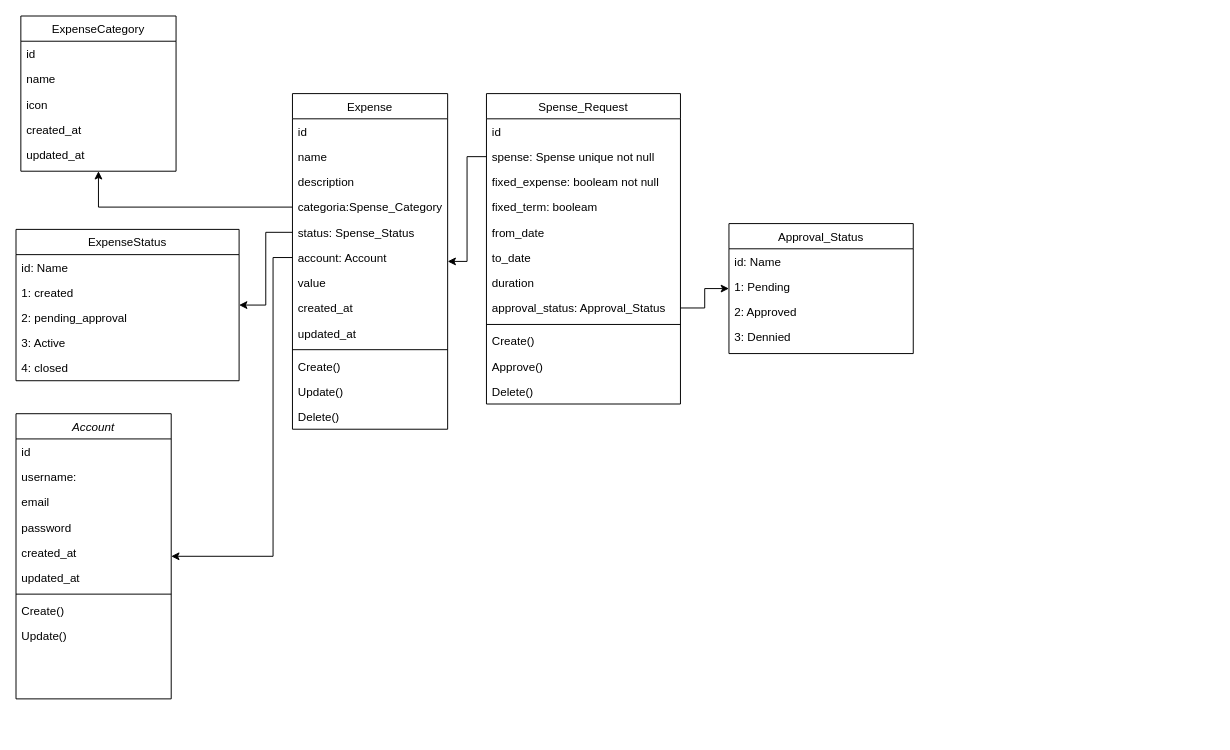
vinicius-rebelatto/plan-wise keeps this draw.io diagram as static/diagram/PlanWise Diagram.drawio. Above is the earlier version. Source tidied: cells renumbered, new cells numbered last; positions are measured from the earlier drawing's top-left corner, leaving out a move shared by most shapes. Both pictures are drawn from the tidied source at 97%, with x=0, y=0 at pixel (16, 16).
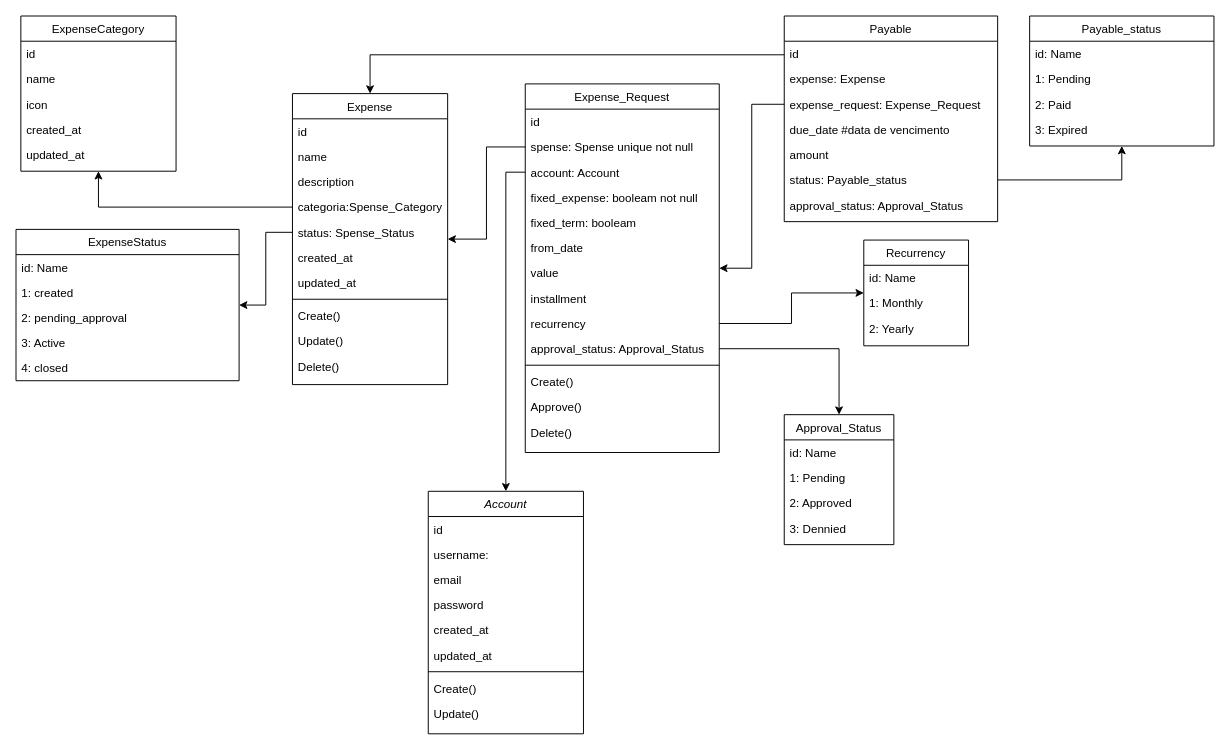
The same diagram, later.

What changed in the source:
```diff
@@
     <mxCell id="2" value="Account" style="swimlane;fontStyle=2;align=center;verticalAlign=top;horizontal=1;startSize=26;rounded=0;shadow=0;strokeWidth=1;" parent="1" vertex="1">
-      <mxGeometry y="410" width="160" height="294" as="geometry" />
+      <mxGeometry x="425" y="490" width="160" height="250" as="geometry" />
     </mxCell>
@@
     <mxCell id="12" value="Expense" style="swimlane;fontStyle=0;align=center;verticalAlign=top;horizontal=1;startSize=26;rounded=0;shadow=0;strokeWidth=1;" parent="1" vertex="1">
-      <mxGeometry x="285" y="80" width="160" height="346" as="geometry" />
+      <mxGeometry x="285" y="80" width="160" height="300" as="geometry" />
     </mxCell>
@@
-    <mxCell id="18" value="account: Account" style="text;align=left;verticalAlign=top;spacingLeft=4;spacingRight=4;overflow=hidden;points=[[0,0.5],[1,0.5]];portConstraint=eastwest;" parent="12" vertex="1">
-      <mxGeometry y="156" width="160" height="26" as="geometry" />
-    </mxCell>
-    <mxCell id="19" value="value" style="text;align=left;verticalAlign=top;spacingLeft=4;spacingRight=4;overflow=hidden;rounded=0;shadow=0;html=0;" parent="12" vertex="1">
-      <mxGeometry y="182" width="160" height="26" as="geometry" />
-    </mxCell>
     <mxCell id="20" value="created_at" style="text;align=left;verticalAlign=top;spacingLeft=4;spacingRight=4;overflow=hidden;" parent="12" vertex="1">
-      <mxGeometry y="208" width="160" height="26" as="geometry" />
+      <mxGeometry y="156" width="160" height="26" as="geometry" />
     </mxCell>
     <mxCell id="21" value="updated_at" style="text;align=left;verticalAlign=top;spacingLeft=4;spacingRight=4;overflow=hidden;" parent="12" vertex="1">
-      <mxGeometry y="234" width="160" height="26" as="geometry" />
+      <mxGeometry y="182" width="160" height="26" as="geometry" />
     </mxCell>
     <mxCell id="22" style="line;html=1;strokeWidth=1;align=left;verticalAlign=middle;spacingTop=-1;spacingLeft=3;spacingRight=3;labelPosition=right;" parent="12" vertex="1">
-      <mxGeometry y="260" width="160" height="8" as="geometry" />
+      <mxGeometry y="208" width="160" height="8" as="geometry" />
     </mxCell>
     <mxCell id="23" value="Create()" style="text;align=left;verticalAlign=top;spacingLeft=4;spacingRight=4;overflow=hidden;" parent="12" vertex="1">
-      <mxGeometry y="268" width="160" height="26" as="geometry" />
+      <mxGeometry y="216" width="160" height="26" as="geometry" />
     </mxCell>
     <mxCell id="24" value="Update()" style="text;align=left;verticalAlign=top;spacingLeft=4;spacingRight=4;overflow=hidden;rounded=0;shadow=0;html=0;" parent="12" vertex="1">
-      <mxGeometry y="294" width="160" height="26" as="geometry" />
+      <mxGeometry y="242" width="160" height="26" as="geometry" />
     </mxCell>
     <mxCell id="25" value="Delete()" style="text;align=left;verticalAlign=top;spacingLeft=4;spacingRight=4;overflow=hidden;rounded=0;shadow=0;html=0;" parent="12" vertex="1">
-      <mxGeometry y="320" width="160" height="26" as="geometry" />
+      <mxGeometry y="268" width="160" height="26" as="geometry" />
     </mxCell>
@@
-    <mxCell id="39" value="Spense_Request" style="swimlane;fontStyle=0;align=center;verticalAlign=top;horizontal=1;startSize=26;rounded=0;shadow=0;strokeWidth=1;" parent="1" vertex="1">
-      <mxGeometry x="485" y="80" width="200" height="320" as="geometry" />
+    <mxCell id="39" value="Expense_Request" style="swimlane;fontStyle=0;align=center;verticalAlign=top;horizontal=1;startSize=26;rounded=0;shadow=0;strokeWidth=1;" parent="1" vertex="1">
+      <mxGeometry x="525" y="70" width="200" height="380" as="geometry" />
     </mxCell>
@@
+    <mxCell id="18" value="account: Account" style="text;align=left;verticalAlign=top;spacingLeft=4;spacingRight=4;overflow=hidden;points=[[0,0.5],[1,0.5]];portConstraint=eastwest;" parent="39" vertex="1">
+      <mxGeometry y="78" width="200" height="26" as="geometry" />
+    </mxCell>
     <mxCell id="42" value="fixed_expense: booleam not null" style="text;align=left;verticalAlign=top;spacingLeft=4;spacingRight=4;overflow=hidden;" parent="39" vertex="1">
-      <mxGeometry y="78" width="200" height="26" as="geometry" />
+      <mxGeometry y="104" width="200" height="26" as="geometry" />
     </mxCell>
     <mxCell id="43" value="fixed_term: booleam" style="text;align=left;verticalAlign=top;spacingLeft=4;spacingRight=4;overflow=hidden;" parent="39" vertex="1">
-      <mxGeometry y="104" width="200" height="26" as="geometry" />
+      <mxGeometry y="130" width="200" height="26" as="geometry" />
     </mxCell>
     <mxCell id="44" value="from_date" style="text;align=left;verticalAlign=top;spacingLeft=4;spacingRight=4;overflow=hidden;" parent="39" vertex="1">
-      <mxGeometry y="130" width="200" height="26" as="geometry" />
+      <mxGeometry y="156" width="200" height="26" as="geometry" />
     </mxCell>
-    <mxCell id="45" value="to_date" style="text;align=left;verticalAlign=top;spacingLeft=4;spacingRight=4;overflow=hidden;" parent="39" vertex="1">
-      <mxGeometry y="156" width="200" height="26" as="geometry" />
-    </mxCell>
+    <mxCell id="19" value="value" style="text;align=left;verticalAlign=top;spacingLeft=4;spacingRight=4;overflow=hidden;rounded=0;shadow=0;html=0;" parent="39" vertex="1">
+      <mxGeometry y="182" width="200" height="26" as="geometry" />
+    </mxCell>
+    <mxCell id="61" value="installment" style="text;align=left;verticalAlign=top;spacingLeft=4;spacingRight=4;overflow=hidden;" parent="39" vertex="1">
+      <mxGeometry y="208" width="200" height="26" as="geometry" />
+    </mxCell>
-    <mxCell id="46" value="duration" style="text;align=left;verticalAlign=top;spacingLeft=4;spacingRight=4;overflow=hidden;points=[[0,0.5],[1,0.5]];portConstraint=eastwest;" parent="39" vertex="1">
-      <mxGeometry y="182" width="200" height="26" as="geometry" />
+    <mxCell id="46" value="recurrency" style="text;align=left;verticalAlign=top;spacingLeft=4;spacingRight=4;overflow=hidden;points=[[0,0.5],[1,0.5]];portConstraint=eastwest;" parent="39" vertex="1">
+      <mxGeometry y="234" width="200" height="26" as="geometry" />
     </mxCell>
     <mxCell id="47" value="approval_status: Approval_Status" style="text;align=left;verticalAlign=top;spacingLeft=4;spacingRight=4;overflow=hidden;points=[[0,0.5],[1,0.5]];portConstraint=eastwest;" parent="39" vertex="1">
-      <mxGeometry y="208" width="200" height="26" as="geometry" />
+      <mxGeometry y="260" width="200" height="26" as="geometry" />
     </mxCell>
     <mxCell id="48" style="line;html=1;strokeWidth=1;align=left;verticalAlign=middle;spacingTop=-1;spacingLeft=3;spacingRight=3;labelPosition=right;" parent="39" vertex="1">
-      <mxGeometry y="234" width="200" height="8" as="geometry" />
+      <mxGeometry y="286" width="200" height="8" as="geometry" />
     </mxCell>
     <mxCell id="49" value="Create()" style="text;align=left;verticalAlign=top;spacingLeft=4;spacingRight=4;overflow=hidden;" parent="39" vertex="1">
-      <mxGeometry y="242" width="200" height="26" as="geometry" />
+      <mxGeometry y="294" width="200" height="26" as="geometry" />
     </mxCell>
     <mxCell id="50" value="Approve()" style="text;align=left;verticalAlign=top;spacingLeft=4;spacingRight=4;overflow=hidden;rounded=0;shadow=0;html=0;" parent="39" vertex="1">
-      <mxGeometry y="268" width="200" height="26" as="geometry" />
+      <mxGeometry y="320" width="200" height="26" as="geometry" />
     </mxCell>
     <mxCell id="51" value="Delete()" style="text;align=left;verticalAlign=top;spacingLeft=4;spacingRight=4;overflow=hidden;rounded=0;shadow=0;html=0;" parent="39" vertex="1">
-      <mxGeometry y="294" width="200" height="26" as="geometry" />
+      <mxGeometry y="346" width="200" height="26" as="geometry" />
     </mxCell>
@@
     <mxCell id="53" value="Approval_Status" style="swimlane;fontStyle=0;align=center;verticalAlign=top;horizontal=1;startSize=26;rounded=0;shadow=0;strokeWidth=1;" parent="1" vertex="1">
-      <mxGeometry x="735" y="214" width="190" height="134" as="geometry" />
+      <mxGeometry x="792" y="411" width="113" height="134" as="geometry" />
     </mxCell>
     <mxCell id="54" value="id: Name" style="text;align=left;verticalAlign=top;spacingLeft=4;spacingRight=4;overflow=hidden;" parent="53" vertex="1">
-      <mxGeometry y="26" width="190" height="26" as="geometry" />
+      <mxGeometry y="26" width="113" height="26" as="geometry" />
     </mxCell>
     <mxCell id="55" value="1: Pending" style="text;align=left;verticalAlign=top;spacingLeft=4;spacingRight=4;overflow=hidden;" parent="53" vertex="1">
-      <mxGeometry y="52" width="190" height="26" as="geometry" />
+      <mxGeometry y="52" width="113" height="26" as="geometry" />
     </mxCell>
     <mxCell id="56" value="2: Approved" style="text;align=left;verticalAlign=top;spacingLeft=4;spacingRight=4;overflow=hidden;" parent="53" vertex="1">
-      <mxGeometry y="78" width="190" height="26" as="geometry" />
+      <mxGeometry y="78" width="113" height="26" as="geometry" />
     </mxCell>
     <mxCell id="57" value="3: Dennied" style="text;align=left;verticalAlign=top;spacingLeft=4;spacingRight=4;overflow=hidden;" parent="53" vertex="1">
-      <mxGeometry y="104" width="190" height="26" as="geometry" />
+      <mxGeometry y="104" width="113" height="26" as="geometry" />
     </mxCell>
@@
-    <mxCell id="60" style="edgeStyle=orthogonalEdgeStyle;rounded=0;jettySize=auto;html=1;" parent="1" edge="1" source="18" target="2">
+    <mxCell id="60" style="edgeStyle=orthogonalEdgeStyle;rounded=0;jettySize=auto;html=1;exitX=0;exitY=0.5;exitDx=0;exitDy=0;entryX=0.5;entryY=0;entryDx=0;entryDy=0;" parent="1" edge="1" source="18" target="2">
       <mxGeometry relative="1" as="geometry">
         <Array as="points">
-          <mxPoint x="265" y="249" />
-          <mxPoint x="265" y="557" />
+          <mxPoint x="505" y="161" />
         </Array>
       </mxGeometry>
     </mxCell>
+    <mxCell id="62" style="edgeStyle=orthogonalEdgeStyle;rounded=0;jettySize=auto;html=1;" parent="1" edge="1" source="66" target="39">
+      <mxGeometry relative="1" as="geometry" />
+    </mxCell>
+    <mxCell id="63" value="Payable" style="swimlane;fontStyle=0;align=center;verticalAlign=top;horizontal=1;startSize=26;rounded=0;shadow=0;strokeWidth=1;" parent="1" vertex="1">
+      <mxGeometry x="792" width="220" height="212" as="geometry" />
+    </mxCell>
+    <mxCell id="64" value="id" style="text;align=left;verticalAlign=top;spacingLeft=4;spacingRight=4;overflow=hidden;points=[[0,0.5],[1,0.5]];portConstraint=eastwest;" parent="63" vertex="1">
+      <mxGeometry y="26" width="220" height="26" as="geometry" />
+    </mxCell>
+    <mxCell id="65" value="expense: Expense" style="text;align=left;verticalAlign=top;spacingLeft=4;spacingRight=4;overflow=hidden;" parent="63" vertex="1">
+      <mxGeometry y="52" width="220" height="26" as="geometry" />
+    </mxCell>
+    <mxCell id="66" value="expense_request: Expense_Request" style="text;align=left;verticalAlign=top;spacingLeft=4;spacingRight=4;overflow=hidden;points=[[0,0.5],[1,0.5]];portConstraint=eastwest;" parent="63" vertex="1">
+      <mxGeometry y="78" width="220" height="26" as="geometry" />
+    </mxCell>
+    <mxCell id="67" value="due_date #data de vencimento" style="text;align=left;verticalAlign=top;spacingLeft=4;spacingRight=4;overflow=hidden;" parent="63" vertex="1">
+      <mxGeometry y="104" width="220" height="26" as="geometry" />
+    </mxCell>
+    <mxCell id="68" value="amount" style="text;align=left;verticalAlign=top;spacingLeft=4;spacingRight=4;overflow=hidden;rounded=0;shadow=0;html=0;" parent="63" vertex="1">
+      <mxGeometry y="130" width="220" height="26" as="geometry" />
+    </mxCell>
+    <mxCell id="69" value="status: Payable_status" style="text;align=left;verticalAlign=top;spacingLeft=4;spacingRight=4;overflow=hidden;points=[[0,0.5],[1,0.5]];portConstraint=eastwest;" parent="63" vertex="1">
+      <mxGeometry y="156" width="220" height="26" as="geometry" />
+    </mxCell>
+    <mxCell id="70" value="approval_status: Approval_Status" style="text;align=left;verticalAlign=top;spacingLeft=4;spacingRight=4;overflow=hidden;" parent="63" vertex="1">
+      <mxGeometry y="182" width="220" height="26" as="geometry" />
+    </mxCell>
+    <mxCell id="71" value="Payable_status" style="swimlane;fontStyle=0;align=center;verticalAlign=top;horizontal=1;startSize=26;rounded=0;shadow=0;strokeWidth=1;" parent="1" vertex="1">
+      <mxGeometry x="1045" width="190" height="134" as="geometry" />
+    </mxCell>
+    <mxCell id="72" value="id: Name" style="text;align=left;verticalAlign=top;spacingLeft=4;spacingRight=4;overflow=hidden;" parent="71" vertex="1">
+      <mxGeometry y="26" width="190" height="26" as="geometry" />
+    </mxCell>
+    <mxCell id="73" value="1: Pending" style="text;align=left;verticalAlign=top;spacingLeft=4;spacingRight=4;overflow=hidden;" parent="71" vertex="1">
+      <mxGeometry y="52" width="190" height="26" as="geometry" />
+    </mxCell>
+    <mxCell id="74" value="2: Paid" style="text;align=left;verticalAlign=top;spacingLeft=4;spacingRight=4;overflow=hidden;" parent="71" vertex="1">
+      <mxGeometry y="78" width="190" height="26" as="geometry" />
+    </mxCell>
+    <mxCell id="75" value="3: Expired" style="text;align=left;verticalAlign=top;spacingLeft=4;spacingRight=4;overflow=hidden;" parent="71" vertex="1">
+      <mxGeometry y="104" width="190" height="26" as="geometry" />
+    </mxCell>
+    <mxCell id="76" style="edgeStyle=orthogonalEdgeStyle;rounded=0;jettySize=auto;html=1;" parent="1" edge="1" source="69" target="71">
+      <mxGeometry relative="1" as="geometry" />
+    </mxCell>
+    <mxCell id="77" value="Recurrency" style="swimlane;fontStyle=0;align=center;verticalAlign=top;horizontal=1;startSize=26;rounded=0;shadow=0;strokeWidth=1;" parent="1" vertex="1">
+      <mxGeometry x="874" y="231" width="108" height="109" as="geometry" />
+    </mxCell>
+    <mxCell id="78" value="id: Name" style="text;align=left;verticalAlign=top;spacingLeft=4;spacingRight=4;overflow=hidden;" parent="77" vertex="1">
+      <mxGeometry y="26" width="108" height="26" as="geometry" />
+    </mxCell>
+    <mxCell id="79" value="1: Monthly" style="text;align=left;verticalAlign=top;spacingLeft=4;spacingRight=4;overflow=hidden;" parent="77" vertex="1">
+      <mxGeometry y="52" width="108" height="26" as="geometry" />
+    </mxCell>
+    <mxCell id="80" value="2: Yearly" style="text;align=left;verticalAlign=top;spacingLeft=4;spacingRight=4;overflow=hidden;" parent="77" vertex="1">
+      <mxGeometry y="78" width="108" height="26" as="geometry" />
+    </mxCell>
+    <mxCell id="81" style="edgeStyle=orthogonalEdgeStyle;rounded=0;jettySize=auto;html=1;" parent="1" edge="1" source="46" target="77">
+      <mxGeometry relative="1" as="geometry" />
+    </mxCell>
+    <mxCell id="82" style="edgeStyle=orthogonalEdgeStyle;rounded=0;jettySize=auto;html=1;" parent="1" edge="1" source="64" target="12">
+      <mxGeometry relative="1" as="geometry">
+        <Array as="points">
+          <mxPoint x="365" y="40" />
+        </Array>
+      </mxGeometry>
+    </mxCell>
```
